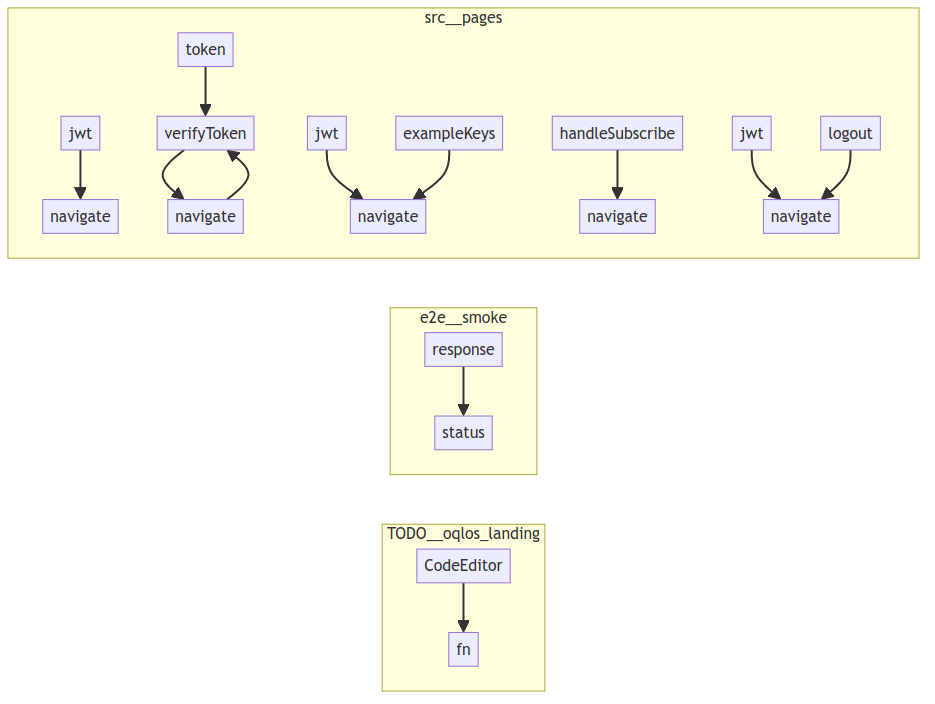
The Mermaid diagram project/calls.png in oqlos/www, before a commit. Its source is kept beside it as project/calls.mmd.
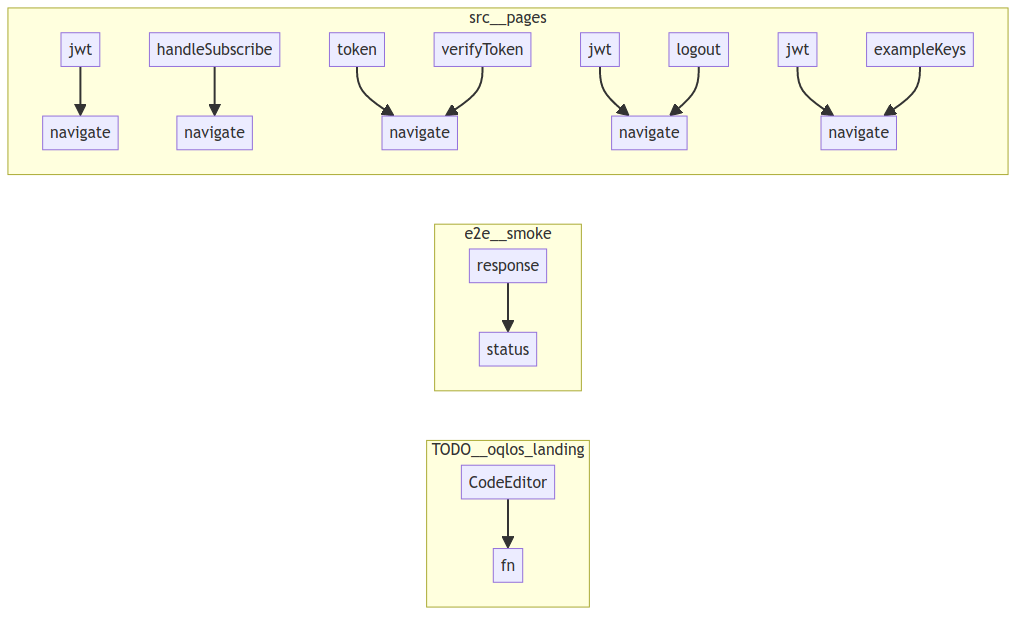
Above is the later version.

Diff of the diagram source:
```diff
@@ -9,27 +9,26 @@
     end
     subgraph src__pages
         src__pages__Login__token["token"]
+        src__pages__Scenarios__exampleKeys["exampleKeys"]
+        src__pages__Dashboard__jwt["jwt"]
+        src__pages__Login__navigate["navigate"]
+        src__pages__Billing__handleSubscribe["handleSubscribe"]
+        src__pages__Scenarios__jwt["jwt"]
+        src__pages__Scenarios__navigate["navigate"]
         src__pages__Login__verifyToken["verifyToken"]
+        src__pages__NlpConsole__navigate["navigate"]
+        src__pages__Billing__navigate["navigate"]
+        src__pages__Dashboard__logout["logout"]
         src__pages__NlpConsole__jwt["jwt"]
-        src__pages__Scenarios__navigate["navigate"]
-        src__pages__Dashboard__logout["logout"]
-        src__pages__Scenarios__jwt["jwt"]
-        src__pages__Scenarios__exampleKeys["exampleKeys"]
-        src__pages__NlpConsole__navigate["navigate"]
-        src__pages__Billing__handleSubscribe["handleSubscribe"]
         src__pages__Dashboard__navigate["navigate"]
-        src__pages__Login__navigate["navigate"]
-        src__pages__Billing__navigate["navigate"]
-        src__pages__Dashboard__jwt["jwt"]
     end
     src__pages__NlpConsole__jwt --> src__pages__NlpConsole__navigate
-    src__pages__Login__navigate --> src__pages__Login__verifyToken
-    src__pages__Login__token --> src__pages__Login__verifyToken
+    src__pages__Billing__handleSubscribe --> src__pages__Billing__navigate
+    src__pages__Login__token --> src__pages__Login__navigate
     src__pages__Login__verifyToken --> src__pages__Login__navigate
+    src__pages__Dashboard__jwt --> src__pages__Dashboard__navigate
+    src__pages__Dashboard__logout --> src__pages__Dashboard__navigate
     src__pages__Scenarios__jwt --> src__pages__Scenarios__navigate
     src__pages__Scenarios__exampleKeys --> src__pages__Scenarios__navigate
-    src__pages__Billing__handleSubscribe --> src__pages__Billing__navigate
     e2e__smoke__spec__response --> e2e__smoke__spec__status
-    src__pages__Dashboard__jwt --> src__pages__Dashboard__navigate
-    src__pages__Dashboard__logout --> src__pages__Dashboard__navigate
     TODO__oqlos_landing__CodeEditor --> TODO__oqlos_landing__fn
```
